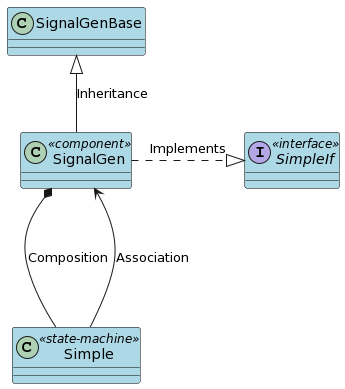
Above: ClassDiagram.png in JPLOpenSource/STARS (PlantUML), before the change.
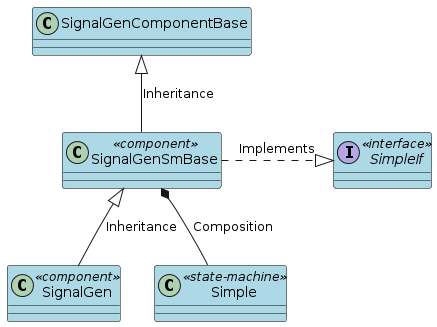
After the commit.

Commit message:
Update docs on fprime state machine design pattern

Diff of the diagram source:
```diff
@@ -6,6 +6,10 @@
 }
 
 interface SimpleIf <<interface>> {
+
+}
+
+class SignalGenSmBase <<component>> {
 
 }
 
@@ -18,12 +22,12 @@
 }
 
 
-class SignalGenBase {
+class SignalGenComponentBase {
 
 }
 
-SignalGenBase <|-- SignalGen : Inheritance
-SignalGen .right.|> SimpleIf : Implements
-SignalGen *-- Simple : Composition
-Simple ---> SignalGen : Association
+SignalGenSmBase <|-- SignalGen : Inheritance
+SignalGenComponentBase <|-- SignalGenSmBase : Inheritance
+SignalGenSmBase .right.|> SimpleIf : Implements
+SignalGenSmBase *-- Simple : Composition
 @enduml
```
